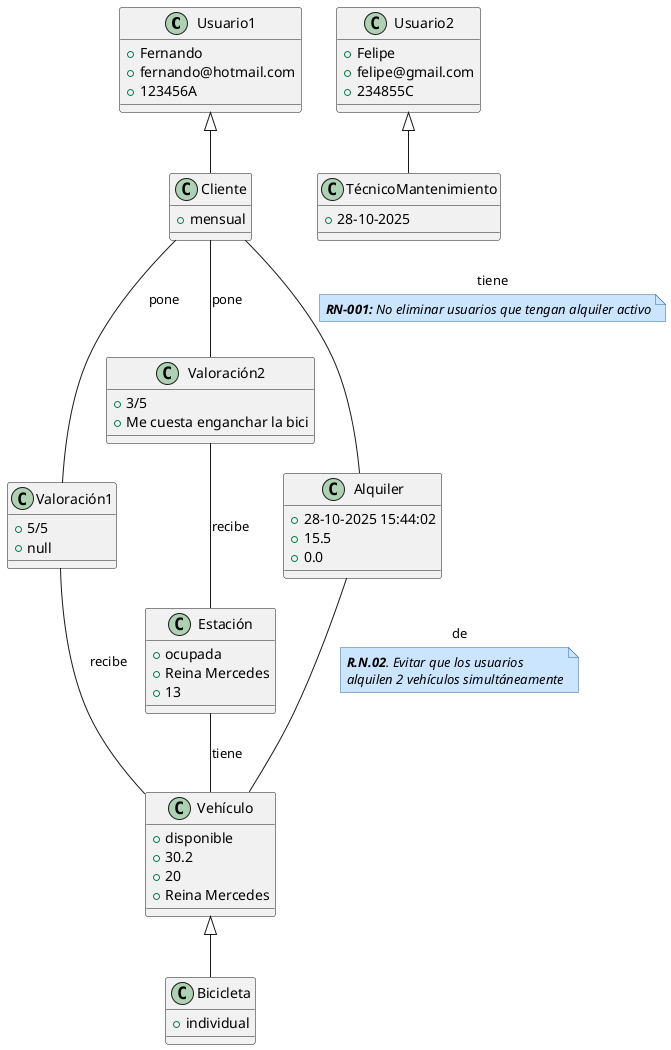
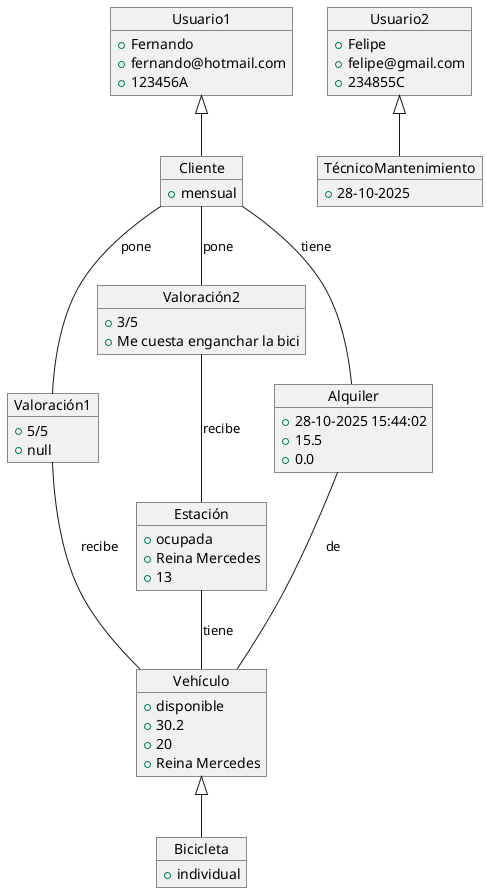
@startuml DiagramaClases

- skinparam note {
-   BackgroundColor #cce5ff
-   BorderColor #336699
-   FontStyle italic
- }
- 
- class Usuario1 {
+ object Usuario1 {
    +Fernando
    +fernando@hotmail.com
    +123456A
}

- class Usuario2 {
+ object Usuario2 {
    +Felipe
    +felipe@gmail.com
    +234855C

}

- class Cliente {
+ object Cliente {
    +mensual
}

- class TécnicoMantenimiento {
+ object TécnicoMantenimiento {
    +28-10-2025
}

- class Valoración1 {
+ object Valoración1 {
    +5/5
    +null
}

- class Valoración2 {
+ object Valoración2 {
    +3/5
    +Me cuesta enganchar la bici
}

- class Alquiler {
+ object Alquiler {
    +28-10-2025 15:44:02
    +15.5
    +0.0
}

- class Vehículo {
+ object Vehículo {
    +disponible
    +30.2
    +20
    +Reina Mercedes
}

- class Estación {
+ object Estación {
    +ocupada
    +Reina Mercedes
    +13
}

- class Bicicleta {
+ object Bicicleta {
    +individual
}


Usuario1 <|-- Cliente
Usuario2 <|-- TécnicoMantenimiento

'Relación directa valoraciones'
Cliente -- Valoración1 : pone
Cliente -- Valoración2 : pone
Valoración1 -- Vehículo : recibe
Valoración2 -- Estación : recibe

Estación -- Vehículo : tiene

'Relacion de Alquileres'
Cliente --  Alquiler: tiene

- 'Requisitos seguidos de relacion a linkear'
- note on link
-   **RN-001:** No eliminar usuarios que tengan alquiler activo
- end note
+ Alquiler -- Vehículo: de

- Alquiler -- Vehículo: de
- note on link
-     **R.N.02**. Evitar que los usuarios
-     alquilen 2 vehículos simultáneamente
- end note
Vehículo <|-- Bicicleta

@enduml